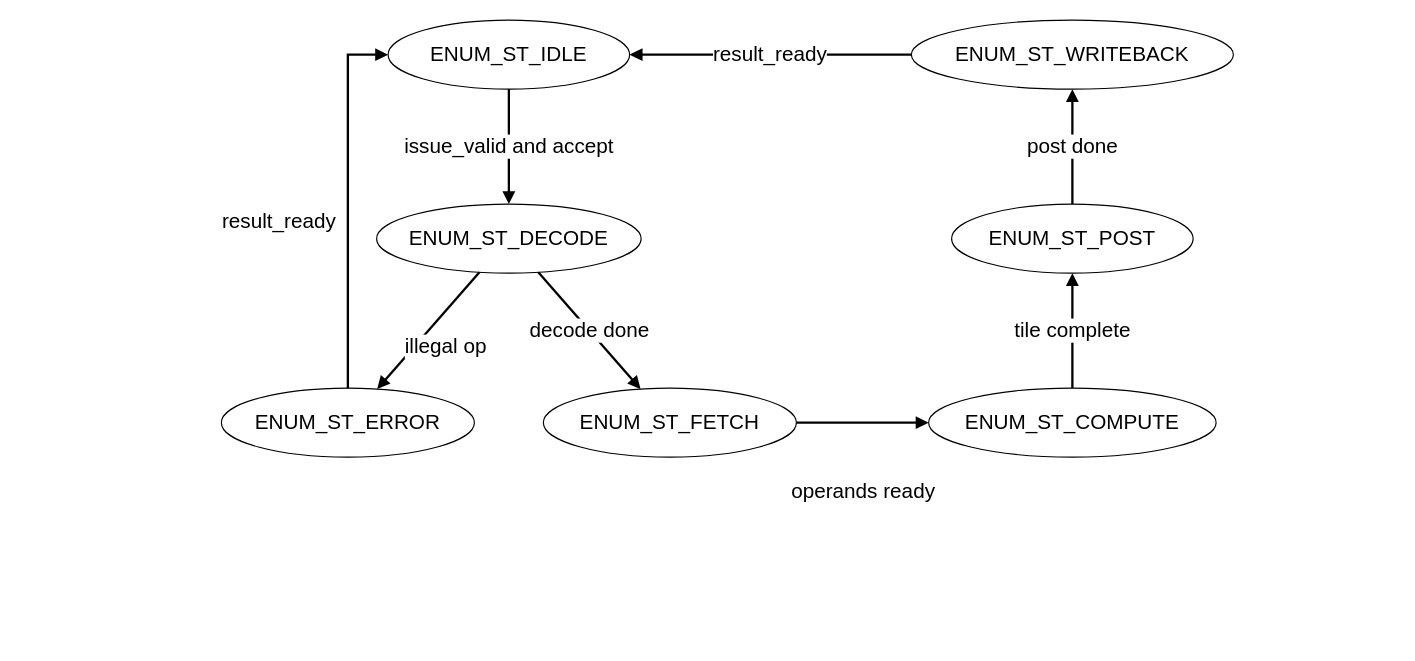
This is doc/tensor_coprocessor/figures/ctrl_fsm.drawio from nguyenquanicd/VLSIT_RISCV_CPU, a draw.io file, before an edit. Source tidied: cells renumbered, new cells numbered last; positions are measured from the earlier drawing's top-left corner, leaving out a move shared by most shapes. Both pictures are drawn from the tidied source at 115%, with x=0, y=0 at pixel (221, 20).
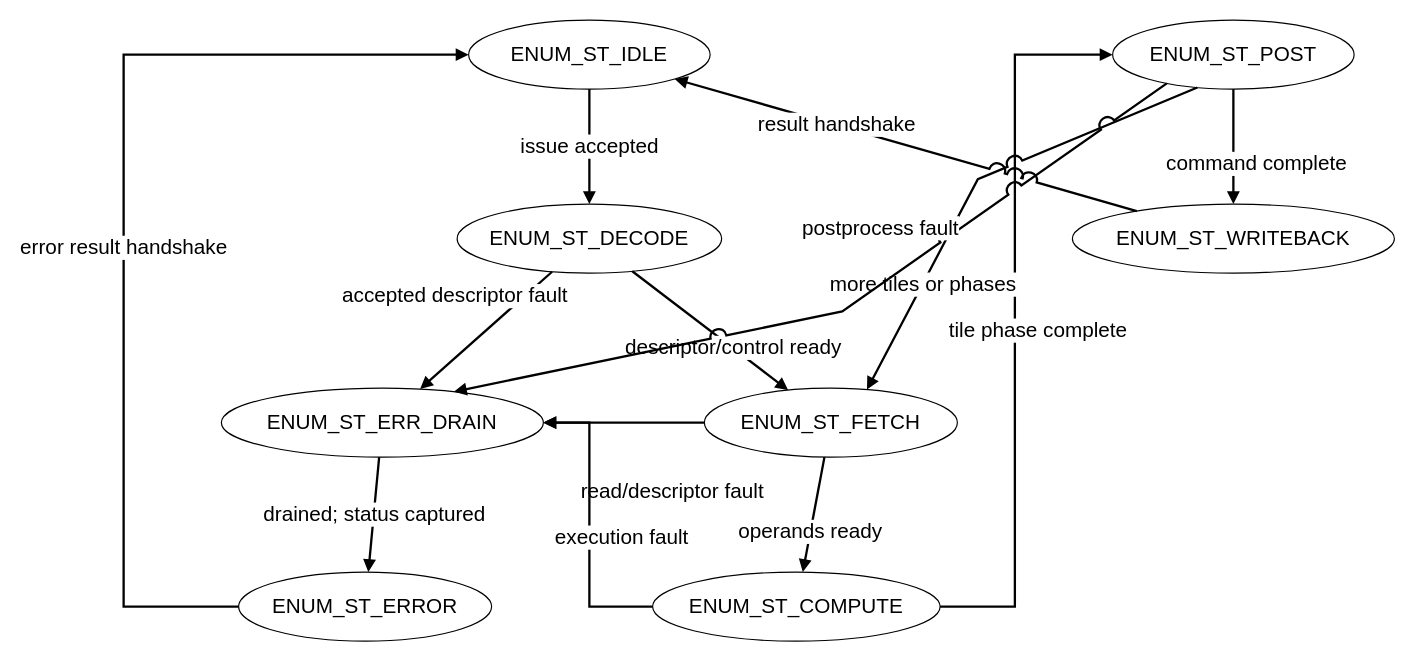
The same diagram, later.

The edit, as a diff of the source:
```diff
@@
     <mxCell id="2" value="ENUM_ST_IDLE" style="ellipse;whiteSpace=wrap;html=1;fontSize=18;fontColor=#000000;strokeColor=#000000;fillColor=#FFFFFF;" parent="1" vertex="1">
-      <mxGeometry x="145" width="210" height="60" as="geometry" />
+      <mxGeometry x="215" width="210" height="60" as="geometry" />
     </mxCell>
     <mxCell id="3" value="ENUM_ST_DECODE" style="ellipse;whiteSpace=wrap;html=1;fontSize=18;fontColor=#000000;strokeColor=#000000;fillColor=#FFFFFF;" parent="1" vertex="1">
-      <mxGeometry x="135" y="160" width="230" height="60" as="geometry" />
+      <mxGeometry x="205" y="160" width="230" height="60" as="geometry" />
     </mxCell>
     <mxCell id="4" value="ENUM_ST_FETCH" style="ellipse;whiteSpace=wrap;html=1;fontSize=18;fontColor=#000000;strokeColor=#000000;fillColor=#FFFFFF;" parent="1" vertex="1">
-      <mxGeometry x="280" y="320" width="220" height="60" as="geometry" />
+      <mxGeometry x="420" y="320" width="220" height="60" as="geometry" />
     </mxCell>
     <mxCell id="5" value="ENUM_ST_COMPUTE" style="ellipse;whiteSpace=wrap;html=1;fontSize=18;fontColor=#000000;strokeColor=#000000;fillColor=#FFFFFF;" parent="1" vertex="1">
-      <mxGeometry x="615" y="320" width="250" height="60" as="geometry" />
+      <mxGeometry x="375" y="480" width="250" height="60" as="geometry" />
     </mxCell>
     <mxCell id="6" value="ENUM_ST_POST" style="ellipse;whiteSpace=wrap;html=1;fontSize=18;fontColor=#000000;strokeColor=#000000;fillColor=#FFFFFF;" parent="1" vertex="1">
-      <mxGeometry x="635" y="160" width="210" height="60" as="geometry" />
+      <mxGeometry x="775" width="210" height="60" as="geometry" />
     </mxCell>
     <mxCell id="7" value="ENUM_ST_WRITEBACK" style="ellipse;whiteSpace=wrap;html=1;fontSize=18;fontColor=#000000;strokeColor=#000000;fillColor=#FFFFFF;" parent="1" vertex="1">
-      <mxGeometry x="600" width="280" height="60" as="geometry" />
+      <mxGeometry x="740" y="160" width="280" height="60" as="geometry" />
     </mxCell>
-    <mxCell id="8" value="ENUM_ST_ERROR" style="ellipse;whiteSpace=wrap;html=1;fontSize=18;fontColor=#000000;strokeColor=#000000;fillColor=#FFFFFF;" parent="1" vertex="1">
-      <mxGeometry y="320" width="220" height="60" as="geometry" />
+    <mxCell id="8" value="ENUM_ST_ERR_DRAIN" style="ellipse;whiteSpace=wrap;html=1;fontSize=18;fontColor=#000000;strokeColor=#000000;fillColor=#FFFFFF;" parent="1" vertex="1">
+      <mxGeometry y="320" width="280" height="60" as="geometry" />
     </mxCell>
+    <mxCell id="17" value="ENUM_ST_ERROR" style="ellipse;whiteSpace=wrap;html=1;fontSize=18;fontColor=#000000;strokeColor=#000000;fillColor=#FFFFFF;" parent="1" vertex="1">
+      <mxGeometry x="15" y="480" width="220" height="60" as="geometry" />
+    </mxCell>
-    <mxCell id="9" value="issue_valid and accept" style="endArrow=block;html=1;rounded=0;fontSize=18;strokeWidth=2;endFill=1;fontColor=#000000;strokeColor=#000000;fillColor=#FFFFFF;jumpStyle=arc;jumpSize=12;labelBackgroundColor=#FFFFFF;" parent="1" edge="1">
+    <mxCell id="9" value="issue accepted" style="endArrow=block;html=1;rounded=0;fontSize=18;strokeWidth=2;endFill=1;fontColor=#000000;strokeColor=#000000;fillColor=#FFFFFF;jumpStyle=arc;jumpSize=12;" parent="1" edge="1">
       <mxGeometry relative="1" as="geometry">
-        <mxPoint x="250" y="60" as="sourcePoint" />
-        <mxPoint x="250" y="160" as="targetPoint" />
+        <mxPoint x="320" y="60" as="sourcePoint" />
+        <mxPoint x="320" y="160" as="targetPoint" />
       </mxGeometry>
     </mxCell>
-    <mxCell id="10" value="decode done" style="endArrow=block;html=1;rounded=0;fontSize=18;strokeWidth=2;endFill=1;fontColor=#000000;strokeColor=#000000;fillColor=#FFFFFF;jumpStyle=arc;jumpSize=12;labelBackgroundColor=#FFFFFF;" parent="1" edge="1">
+    <mxCell id="10" value="descriptor/control ready" style="endArrow=block;html=1;rounded=0;fontSize=18;strokeWidth=2;endFill=1;fontColor=#000000;strokeColor=#000000;fillColor=#FFFFFF;jumpStyle=arc;jumpSize=12;" parent="1" edge="1">
       <mxGeometry relative="1" as="geometry">
-        <mxPoint x="275.6" y="219.2" as="sourcePoint" />
-        <mxPoint x="364.5" y="320.8" as="targetPoint" />
+        <mxPoint x="357.3" y="218.4" as="sourcePoint" />
+        <mxPoint x="492.9" y="321.8" as="targetPoint" />
+        <mxPoint x="20.4" y="15.5" as="offset" />
       </mxGeometry>
     </mxCell>
-    <mxCell id="11" value="illegal op" style="endArrow=block;html=1;rounded=0;fontSize=18;strokeWidth=2;endFill=1;fontColor=#000000;strokeColor=#000000;fillColor=#FFFFFF;jumpStyle=arc;jumpSize=12;labelBackgroundColor=#FFFFFF;" parent="1" edge="1">
+    <mxCell id="11" value="accepted descriptor fault" style="endArrow=block;html=1;rounded=0;fontSize=18;strokeWidth=2;endFill=1;fontColor=#000000;strokeColor=#000000;fillColor=#FFFFFF;jumpStyle=arc;jumpSize=12;" parent="1" edge="1">
       <mxGeometry relative="1" as="geometry">
-        <mxPoint x="224.4" y="219.2" as="sourcePoint" />
-        <mxPoint x="135.5" y="320.8" as="targetPoint" />
-        <mxPoint x="15.1" y="13.2" as="offset" />
+        <mxPoint x="287.6" y="218.8" as="sourcePoint" />
+        <mxPoint x="172.8" y="320.8" as="targetPoint" />
+        <mxPoint x="-26.6" y="-29.9" as="offset" />
       </mxGeometry>
     </mxCell>
-    <mxCell id="12" value="operands ready" style="endArrow=block;html=1;rounded=0;fontSize=18;strokeWidth=2;endFill=1;fontColor=#000000;strokeColor=#000000;fillColor=#FFFFFF;jumpStyle=arc;jumpSize=12;labelBackgroundColor=#FFFFFF;" parent="1" edge="1">
+    <mxCell id="12" value="operands ready" style="endArrow=block;html=1;rounded=0;fontSize=18;strokeWidth=2;endFill=1;fontColor=#000000;strokeColor=#000000;fillColor=#FFFFFF;jumpStyle=arc;jumpSize=12;" parent="1" edge="1">
       <mxGeometry relative="1" as="geometry">
-        <mxPoint x="500" y="350" as="sourcePoint" />
-        <mxPoint x="615" y="350" as="targetPoint" />
-        <mxPoint y="60" as="offset" />
+        <mxPoint x="524.4" y="380" as="sourcePoint" />
+        <mxPoint x="505.6" y="480" as="targetPoint" />
+        <mxPoint x="-2.8" y="15" as="offset" />
       </mxGeometry>
     </mxCell>
-    <mxCell id="13" value="tile complete" style="endArrow=block;html=1;rounded=0;fontSize=18;strokeWidth=2;endFill=1;fontColor=#000000;strokeColor=#000000;fillColor=#FFFFFF;jumpStyle=arc;jumpSize=12;labelBackgroundColor=#FFFFFF;" parent="1" edge="1">
+    <mxCell id="13" value="read/descriptor fault" style="endArrow=block;html=1;rounded=0;fontSize=18;strokeWidth=2;endFill=1;fontColor=#000000;strokeColor=#000000;fillColor=#FFFFFF;jumpStyle=arc;jumpSize=12;" parent="1" edge="1">
       <mxGeometry relative="1" as="geometry">
-        <mxPoint x="740" y="320" as="sourcePoint" />
-        <mxPoint x="740" y="220" as="targetPoint" />
+        <mxPoint x="420" y="350" as="sourcePoint" />
+        <mxPoint x="280" y="350" as="targetPoint" />
+        <mxPoint x="42" y="60" as="offset" />
       </mxGeometry>
     </mxCell>
-    <mxCell id="14" value="post done" style="endArrow=block;html=1;rounded=0;fontSize=18;strokeWidth=2;endFill=1;fontColor=#000000;strokeColor=#000000;fillColor=#FFFFFF;jumpStyle=arc;jumpSize=12;labelBackgroundColor=#FFFFFF;" parent="1" edge="1">
+    <mxCell id="14" value="tile phase complete" style="endArrow=block;html=1;rounded=0;fontSize=18;strokeWidth=2;endFill=1;fontColor=#000000;strokeColor=#000000;fillColor=#FFFFFF;jumpStyle=arc;jumpSize=12;" parent="1" edge="1">
       <mxGeometry relative="1" as="geometry">
-        <mxPoint x="740" y="160" as="sourcePoint" />
-        <mxPoint x="740" y="60" as="targetPoint" />
+        <mxPoint x="625" y="510" as="sourcePoint" />
+        <mxPoint x="775" y="30" as="targetPoint" />
+        <Array as="points">
+          <mxPoint x="690" y="510" />
+          <mxPoint x="690" y="30" />
+        </Array>
+        <mxPoint x="20" y="10" as="offset" />
       </mxGeometry>
     </mxCell>
-    <mxCell id="15" value="result_ready" style="endArrow=block;html=1;rounded=0;fontSize=18;strokeWidth=2;endFill=1;fontColor=#000000;strokeColor=#000000;fillColor=#FFFFFF;jumpStyle=arc;jumpSize=12;labelBackgroundColor=#FFFFFF;" parent="1" edge="1">
+    <mxCell id="15" value="execution fault" style="endArrow=block;html=1;rounded=0;fontSize=18;strokeWidth=2;endFill=1;fontColor=#000000;strokeColor=#000000;fillColor=#FFFFFF;jumpStyle=arc;jumpSize=12;" parent="1" edge="1">
       <mxGeometry relative="1" as="geometry">
-        <mxPoint x="600" y="30" as="sourcePoint" />
-        <mxPoint x="355" y="30" as="targetPoint" />
+        <mxPoint x="375" y="510" as="sourcePoint" />
+        <mxPoint x="280" y="350" as="targetPoint" />
+        <Array as="points">
+          <mxPoint x="320" y="510" />
+          <mxPoint x="320" y="350" />
+        </Array>
+        <mxPoint x="27.5" y="12.5" as="offset" />
       </mxGeometry>
     </mxCell>
-    <mxCell id="16" value="result_ready" style="endArrow=block;html=1;rounded=0;fontSize=18;strokeWidth=2;endFill=1;fontColor=#000000;strokeColor=#000000;fillColor=#FFFFFF;jumpStyle=arc;jumpSize=12;labelBackgroundColor=#FFFFFF;" parent="1" edge="1">
+    <mxCell id="16" value="more tiles or phases" style="endArrow=block;html=1;rounded=0;fontSize=18;strokeWidth=2;endFill=1;fontColor=#000000;strokeColor=#000000;fillColor=#FFFFFF;jumpStyle=arc;jumpSize=12;" parent="1" edge="1">
       <mxGeometry relative="1" as="geometry">
-        <mxPoint x="110" y="320" as="sourcePoint" />
-        <mxPoint x="145" y="30" as="targetPoint" />
+        <mxPoint x="848.7" y="58.6" as="sourcePoint" />
+        <mxPoint x="561.4" y="321.3" as="targetPoint" />
         <Array as="points">
-          <mxPoint x="110" y="30" />
+          <mxPoint x="657.8" y="138.3" />
         </Array>
-        <mxPoint x="-60" y="17.5" as="offset" />
+        <mxPoint x="-48.2" y="91.5" as="offset" />
       </mxGeometry>
     </mxCell>
+    <mxCell id="18" value="command complete" style="endArrow=block;html=1;rounded=0;fontSize=18;strokeWidth=2;endFill=1;fontColor=#000000;strokeColor=#000000;fillColor=#FFFFFF;jumpStyle=arc;jumpSize=12;" parent="1" edge="1">
+      <mxGeometry relative="1" as="geometry">
+        <mxPoint x="880" y="60" as="sourcePoint" />
+        <mxPoint x="880" y="160" as="targetPoint" />
+        <mxPoint x="20" y="15" as="offset" />
+      </mxGeometry>
+    </mxCell>
+    <mxCell id="19" value="postprocess fault" style="endArrow=block;html=1;rounded=0;fontSize=18;strokeWidth=2;endFill=1;fontColor=#000000;strokeColor=#000000;fillColor=#FFFFFF;jumpStyle=arc;jumpSize=12;" parent="1" edge="1">
+      <mxGeometry relative="1" as="geometry">
+        <mxPoint x="822.1" y="55" as="sourcePoint" />
+        <mxPoint x="202.2" y="323.1" as="targetPoint" />
+        <Array as="points">
+          <mxPoint x="539.9" y="253.3" />
+        </Array>
+        <mxPoint x="33.4" y="-72.4" as="offset" />
+      </mxGeometry>
+    </mxCell>
+    <mxCell id="20" value="result handshake" style="endArrow=block;html=1;rounded=0;fontSize=18;strokeWidth=2;endFill=1;fontColor=#000000;strokeColor=#000000;fillColor=#FFFFFF;jumpStyle=arc;jumpSize=12;" parent="1" edge="1">
+      <mxGeometry relative="1" as="geometry">
+        <mxPoint x="796" y="166" as="sourcePoint" />
+        <mxPoint x="394.2" y="51.2" as="targetPoint" />
+        <mxPoint x="-60.3" y="-17.2" as="offset" />
+      </mxGeometry>
+    </mxCell>
+    <mxCell id="21" value="drained; status captured" style="endArrow=block;html=1;rounded=0;fontSize=18;strokeWidth=2;endFill=1;fontColor=#000000;strokeColor=#000000;fillColor=#FFFFFF;jumpStyle=arc;jumpSize=12;" parent="1" edge="1">
+      <mxGeometry relative="1" as="geometry">
+        <mxPoint x="137.2" y="380" as="sourcePoint" />
+        <mxPoint x="127.8" y="480" as="targetPoint" />
+      </mxGeometry>
+    </mxCell>
+    <mxCell id="22" value="error result handshake" style="endArrow=block;html=1;rounded=0;fontSize=18;strokeWidth=2;endFill=1;fontColor=#000000;strokeColor=#000000;fillColor=#FFFFFF;jumpStyle=arc;jumpSize=12;" parent="1" edge="1">
+      <mxGeometry relative="1" as="geometry">
+        <mxPoint x="15" y="510" as="sourcePoint" />
+        <mxPoint x="215" y="30" as="targetPoint" />
+        <Array as="points">
+          <mxPoint x="-85" y="510" />
+          <mxPoint x="-85" y="30" />
+        </Array>
+        <mxPoint y="28" as="offset" />
+      </mxGeometry>
+    </mxCell>
```
